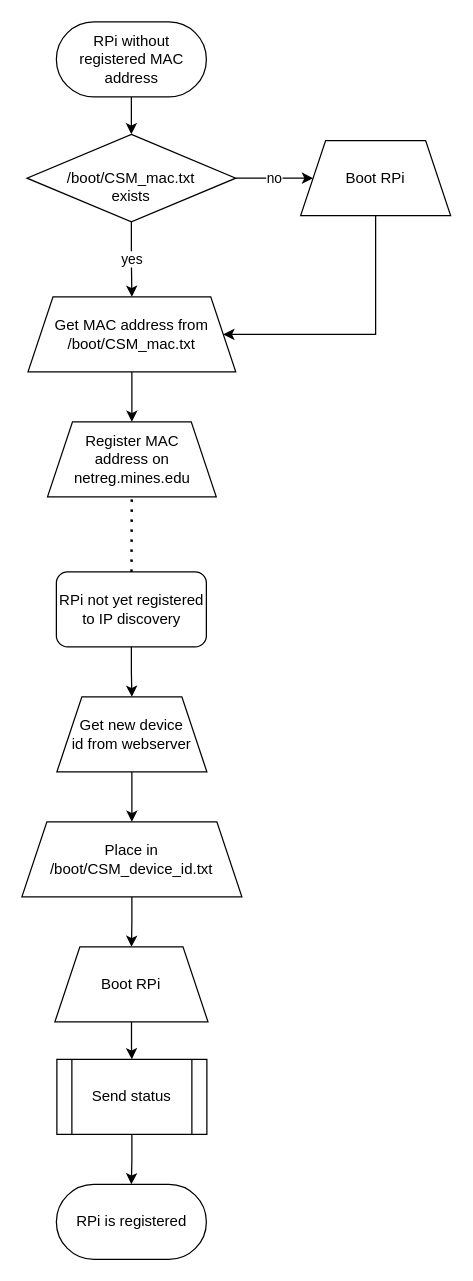
The draw.io diagram docs/diagrams/rpi-config.drawio in B-McDonnell/autopi, before the edit. Source tidied: cells renumbered, new cells numbered last; positions are measured from the earlier drawing's top-left corner, leaving out a move shared by most shapes. Both pictures are drawn from the tidied source at 125%, with x=0, y=0 at pixel (21, 21).
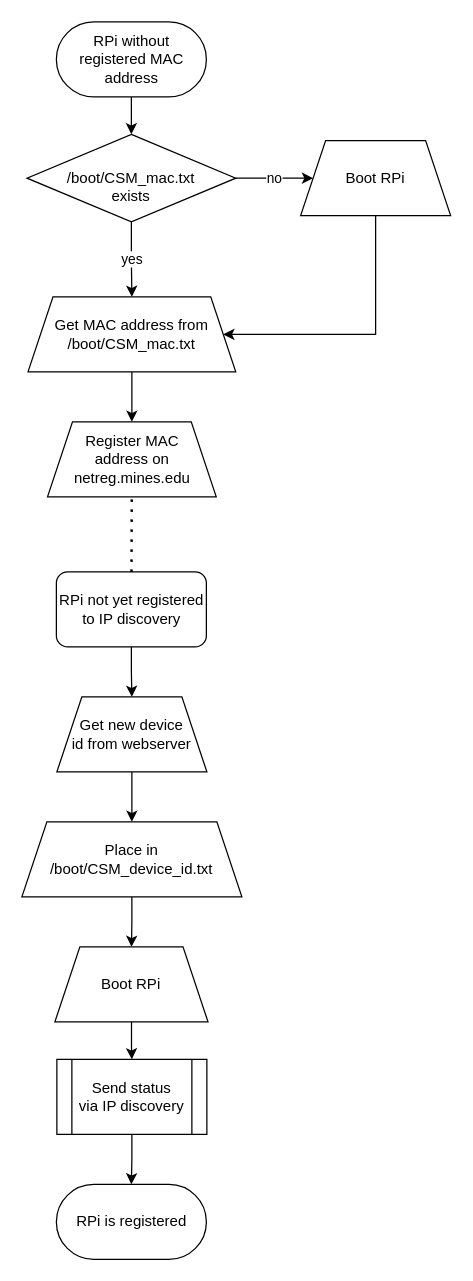
Above is the later version.

Diff of the diagram source:
```diff
@@
-    <mxCell id="22" value="Send status" style="shape=process;whiteSpace=wrap;html=1;backgroundOutline=1;" parent="1" vertex="1">
+    <mxCell id="22" value="&lt;div&gt;Send status&lt;br&gt;&lt;/div&gt;via IP discovery" style="shape=process;whiteSpace=wrap;html=1;backgroundOutline=1;" parent="1" vertex="1">
       <mxGeometry x="28" y="830" width="120" height="60" as="geometry" />
     </mxCell>
```
